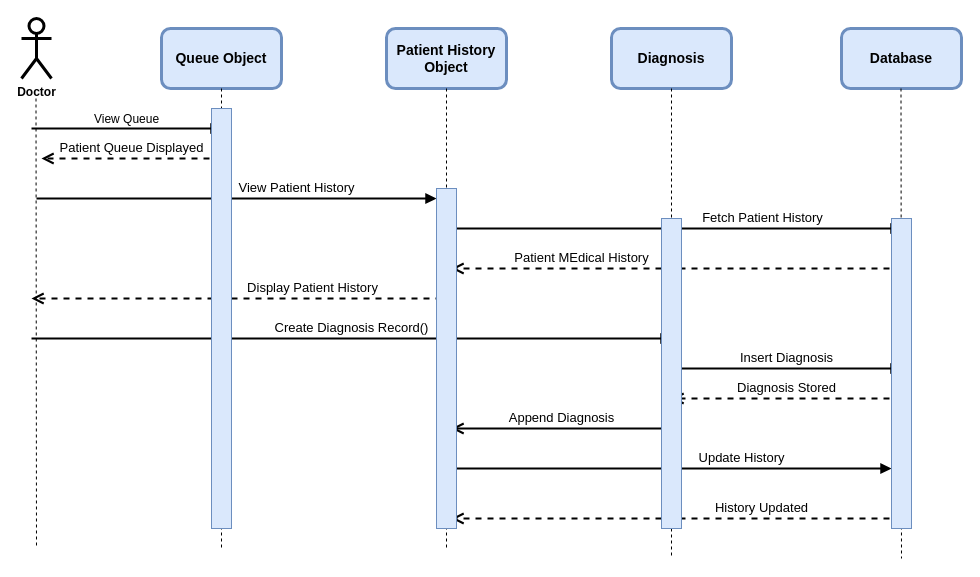
Earlier version of the draw.io diagram UseCase_Diagram/Biruh/addDiagnosis.dio (Nama21yo/SDS-EMR). Source tidied: cells renumbered, new cells numbered last; positions are measured from the earlier drawing's top-left corner, leaving out a move shared by most shapes. Both pictures are drawn from the tidied source at 100%, with x=0, y=0 at pixel (21, 18).
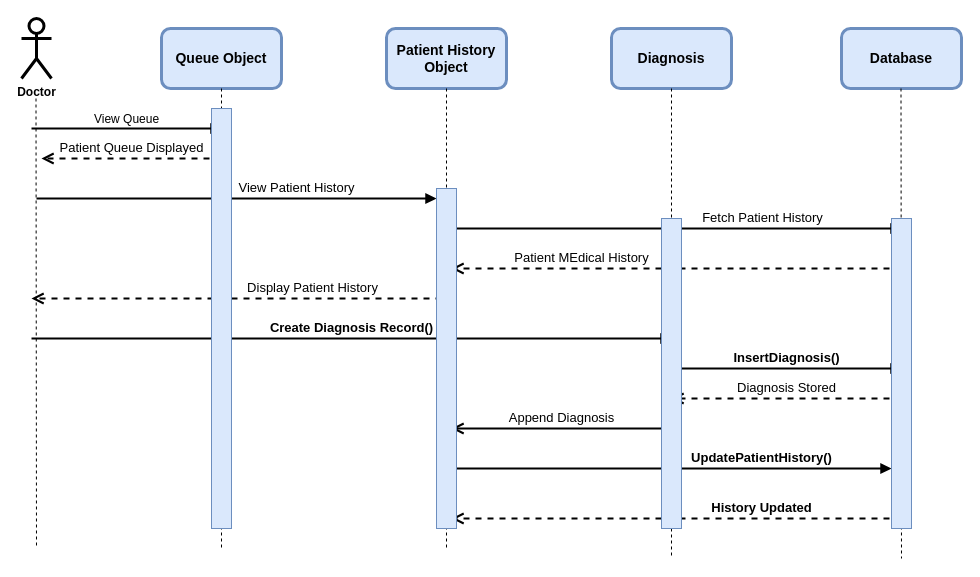
The same page after the edit.

Change to the diagram source:
```diff
@@
-<mxGraphModel>
+<mxGraphModel background="#ffffff">
@@
-    <mxCell id="18" value="Create Diagnosis Record()" style="html=1;verticalAlign=bottom;endArrow=block;strokeWidth=2;fontSize=13;" parent="1" edge="1">
+    <mxCell id="18" value="&lt;b&gt;Create Diagnosis Record()&lt;/b&gt;" style="html=1;verticalAlign=bottom;endArrow=block;strokeWidth=2;fontSize=13;" parent="1" edge="1">
       <mxGeometry relative="1" as="geometry">
         <mxPoint x="10" y="320" as="sourcePoint" />
         <mxPoint x="650" y="320" as="targetPoint" />
       </mxGeometry>
     </mxCell>
-    <mxCell id="19" value="Insert Diagnosis" style="html=1;verticalAlign=bottom;endArrow=block;strokeWidth=2;fontSize=13;" parent="1" edge="1">
+    <mxCell id="19" value="&lt;b&gt;InsertDiagnosis()&lt;/b&gt;" style="html=1;verticalAlign=bottom;endArrow=block;strokeWidth=2;fontSize=13;" parent="1" edge="1">
       <mxGeometry relative="1" as="geometry">
         <mxPoint x="650" y="350" as="sourcePoint" />
         <mxPoint x="880" y="350" as="targetPoint" />
       </mxGeometry>
     </mxCell>
@@
-    <mxCell id="22" value="Update History" style="html=1;verticalAlign=bottom;endArrow=block;strokeWidth=2;fontSize=13;" parent="1" edge="1">
-      <mxGeometry x="0.32" relative="1" as="geometry">
+    <mxCell id="22" value="&lt;b&gt;UpdatePatientHistory()&lt;/b&gt;" style="html=1;verticalAlign=bottom;endArrow=block;strokeWidth=2;fontSize=13;" parent="1" edge="1">
+      <mxGeometry x="0.41" relative="1" as="geometry">
         <mxPoint x="430" y="450" as="sourcePoint" />
         <mxPoint x="870" y="450" as="targetPoint" />
       </mxGeometry>
     </mxCell>
-    <mxCell id="23" value="History Updated" style="html=1;verticalAlign=bottom;endArrow=open;dashed=1;endSize=8;strokeWidth=2;fontSize=13;" parent="1" edge="1">
+    <mxCell id="23" value="&lt;b&gt;History Updated&lt;/b&gt;" style="html=1;verticalAlign=bottom;endArrow=open;dashed=1;endSize=8;strokeWidth=2;fontSize=13;" parent="1" edge="1">
       <mxGeometry x="-0.38" relative="1" as="geometry">
         <mxPoint x="880" y="500" as="sourcePoint" />
         <mxPoint x="430" y="500" as="targetPoint" />
       </mxGeometry>
     </mxCell>
```
